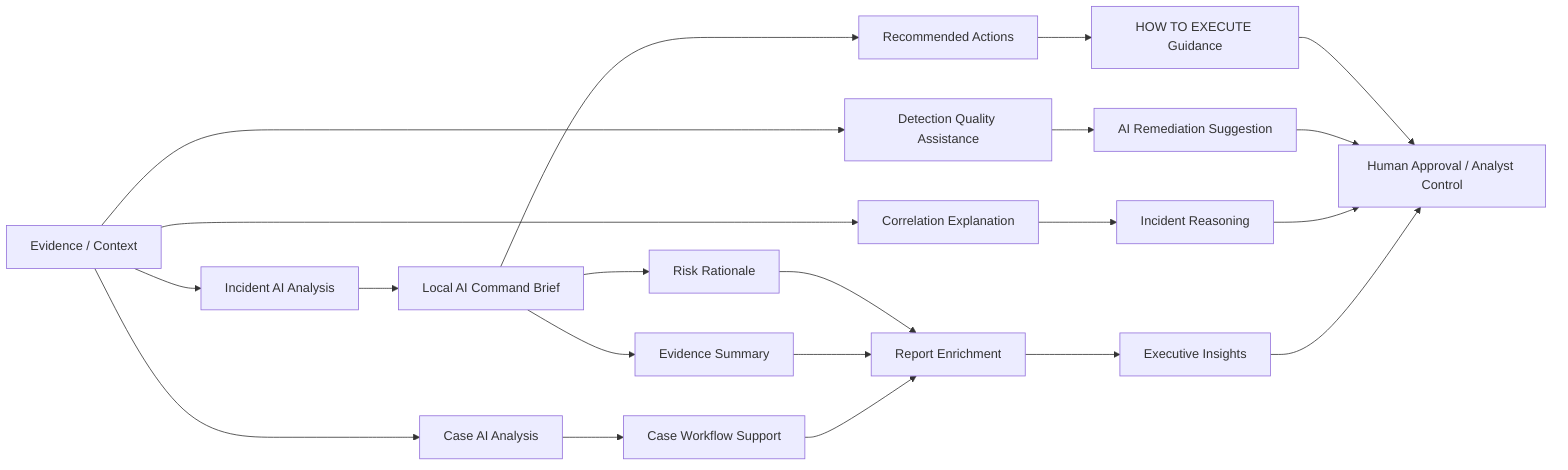
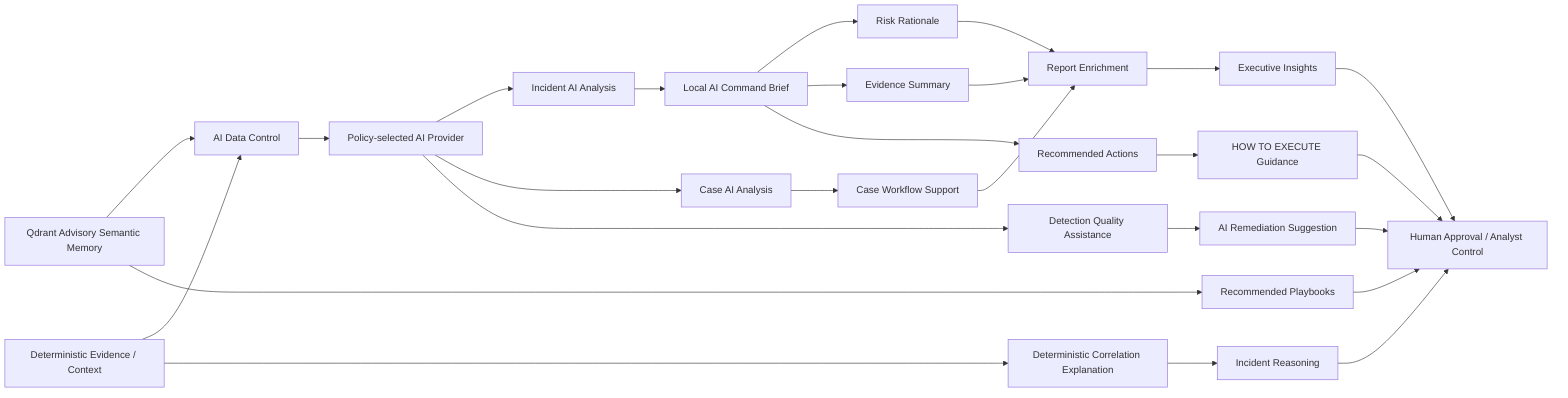
flowchart LR
-   evidence["Evidence / Context"] --> incident_ai["Incident AI Analysis"]
+   evidence["Deterministic Evidence / Context"] --> data_control["AI Data Control"]
+   semantic["Qdrant Advisory Semantic Memory"] --> data_control
+   data_control --> provider["Policy-selected AI Provider"]
+   provider --> incident_ai["Incident AI Analysis"]
  incident_ai --> command_brief["Local AI Command Brief"]
  command_brief --> risk["Risk Rationale"]
  command_brief --> evidence_summary["Evidence Summary"]
  command_brief --> actions["Recommended Actions"]
  actions --> how_to["HOW TO EXECUTE Guidance"]

-   evidence --> correlation["Correlation Explanation"]
-   evidence --> case_ai["Case AI Analysis"]
-   evidence --> detection_quality["Detection Quality Assistance"]
+   provider --> case_ai["Case AI Analysis"]
+   provider --> detection_quality["Detection Quality Assistance"]
+   evidence --> correlation["Deterministic Correlation Explanation"]
+   semantic --> playbooks["Recommended Playbooks"]

  case_ai --> case_workflow["Case Workflow Support"]
  detection_quality --> remediation["AI Remediation Suggestion"]
  correlation --> reviewer["Incident Reasoning"]

  risk --> reports["Report Enrichment"]
  evidence_summary --> reports
  case_workflow --> reports
  reports --> executive["Executive Insights"]

  how_to --> human["Human Approval / Analyst Control"]
  remediation --> human
+   playbooks --> human
  reviewer --> human
  executive --> human
